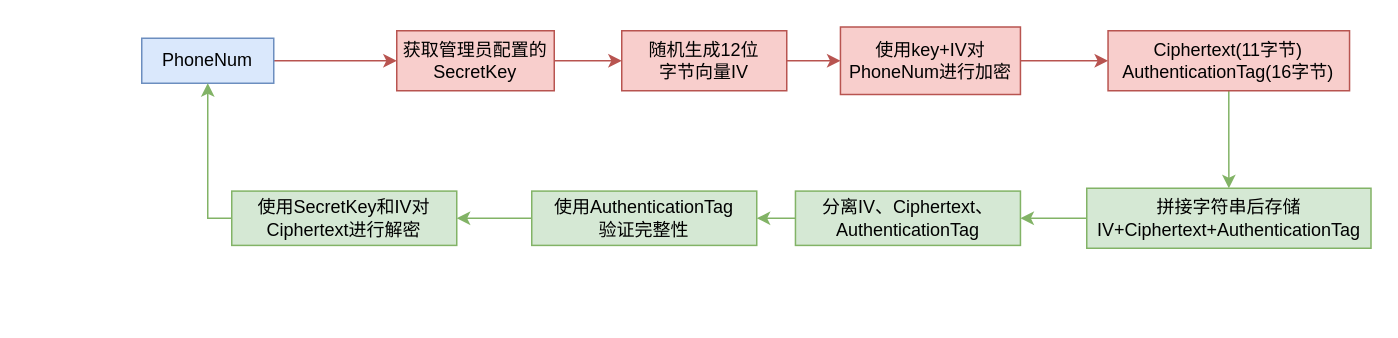
Above: DrawIO_file/流程图/AES加密流程图.drawio in DingDongZz/typera_PicGO (draw.io), before the change. Source tidied: cells renumbered, new cells numbered last; positions are measured from the earlier drawing's top-left corner, leaving out a move shared by most shapes. Both pictures are drawn from the tidied source at 150%, with x=0, y=0 at pixel (141, 26).
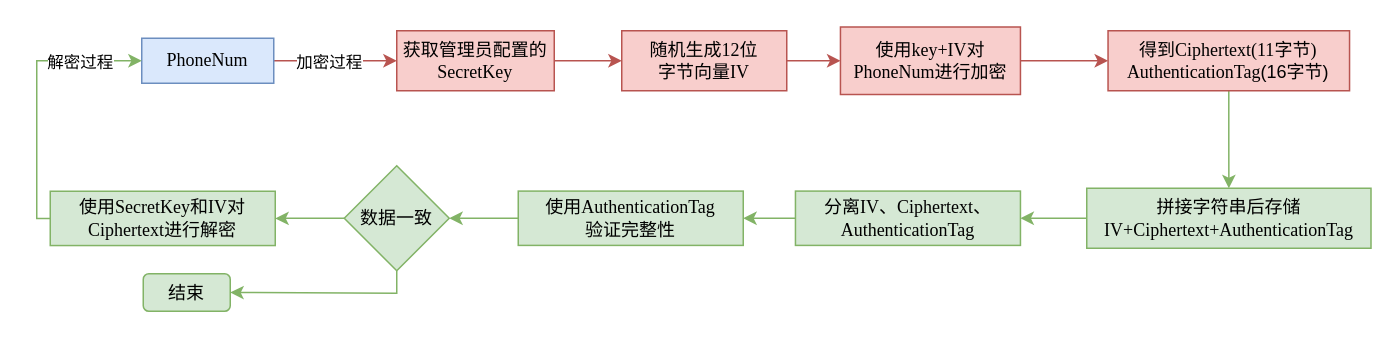
The same page after the edit.

Commit message:
更新AES加密流程图.drawio

The edit, as a diff of the source:
```diff
@@
-    <mxCell id="2" style="edgeStyle=orthogonalEdgeStyle;rounded=0;jettySize=auto;html=1;entryX=0;entryY=0.5;entryDx=0;entryDy=0;fillColor=#f8cecc;strokeColor=#b85450;" parent="1" edge="1" source="3" target="5">
+    <mxCell id="2" style="edgeStyle=orthogonalEdgeStyle;rounded=0;jettySize=auto;html=1;entryX=0;entryY=0.5;entryDx=0;entryDy=0;fillColor=#f8cecc;strokeColor=#b85450;fontFamily=宋体;" parent="1" edge="1" source="3" target="5">
       <mxGeometry relative="1" as="geometry" />
     </mxCell>
+    <mxCell id="20" value="加密过程" style="edgeLabel;html=1;align=center;verticalAlign=middle;fontFamily=宋体;" parent="2" vertex="1">
+      <mxGeometry x="-0.13" y="3" relative="1" as="geometry">
+        <mxPoint y="3" as="offset" />
+      </mxGeometry>
+    </mxCell>
-    <mxCell id="3" value="PhoneNum" style="rounded=0;whiteSpace=wrap;html=1;fillColor=#dae8fc;strokeColor=#6c8ebf;" parent="1" vertex="1">
+    <mxCell id="3" value="&lt;font face=&quot;Times New Roman&quot;&gt;PhoneNum&lt;/font&gt;" style="rounded=0;whiteSpace=wrap;html=1;fillColor=#dae8fc;strokeColor=#6c8ebf;fontFamily=宋体;" parent="1" vertex="1">
       <mxGeometry y="8" width="88" height="30" as="geometry" />
     </mxCell>
-    <mxCell id="4" style="edgeStyle=orthogonalEdgeStyle;rounded=0;jettySize=auto;html=1;entryX=0;entryY=0.5;entryDx=0;entryDy=0;fillColor=#f8cecc;strokeColor=#b85450;" parent="1" edge="1" source="5" target="7">
+    <mxCell id="4" style="edgeStyle=orthogonalEdgeStyle;rounded=0;jettySize=auto;html=1;entryX=0;entryY=0.5;entryDx=0;entryDy=0;fillColor=#f8cecc;strokeColor=#b85450;fontFamily=宋体;" parent="1" edge="1" source="5" target="7">
       <mxGeometry relative="1" as="geometry" />
     </mxCell>
-    <mxCell id="5" value="获取管理员配置的SecretKey" style="rounded=0;whiteSpace=wrap;html=1;fillColor=#f8cecc;strokeColor=#b85450;" parent="1" vertex="1">
+    <mxCell id="5" value="获取管理员配置的&lt;font face=&quot;Times New Roman&quot;&gt;SecretKey&lt;/font&gt;" style="rounded=0;whiteSpace=wrap;html=1;fillColor=#f8cecc;strokeColor=#b85450;fontFamily=宋体;" parent="1" vertex="1">
       <mxGeometry x="170" y="3" width="105" height="40" as="geometry" />
     </mxCell>
-    <mxCell id="6" style="edgeStyle=orthogonalEdgeStyle;rounded=0;jettySize=auto;html=1;entryX=0;entryY=0.5;entryDx=0;entryDy=0;fillColor=#f8cecc;strokeColor=#b85450;" parent="1" edge="1" source="7" target="9">
+    <mxCell id="6" style="edgeStyle=orthogonalEdgeStyle;rounded=0;jettySize=auto;html=1;entryX=0;entryY=0.5;entryDx=0;entryDy=0;fillColor=#f8cecc;strokeColor=#b85450;fontFamily=宋体;" parent="1" edge="1" source="7" target="9">
       <mxGeometry relative="1" as="geometry" />
     </mxCell>
-    <mxCell id="7" value="随机生成12位&lt;br&gt;字节向量IV" style="rounded=0;whiteSpace=wrap;html=1;fillColor=#f8cecc;strokeColor=#b85450;" parent="1" vertex="1">
+    <mxCell id="7" value="随机生成&lt;font face=&quot;Times New Roman&quot;&gt;12&lt;/font&gt;位&lt;br&gt;字节向量&lt;font face=&quot;Times New Roman&quot;&gt;IV&lt;/font&gt;" style="rounded=0;whiteSpace=wrap;html=1;fillColor=#f8cecc;strokeColor=#b85450;fontFamily=宋体;" parent="1" vertex="1">
       <mxGeometry x="320" y="3" width="110" height="40" as="geometry" />
     </mxCell>
-    <mxCell id="8" style="edgeStyle=orthogonalEdgeStyle;rounded=0;jettySize=auto;html=1;entryX=0;entryY=0.5;entryDx=0;entryDy=0;fillColor=#f8cecc;strokeColor=#b85450;" parent="1" edge="1" source="9" target="11">
+    <mxCell id="8" style="edgeStyle=orthogonalEdgeStyle;rounded=0;jettySize=auto;html=1;entryX=0;entryY=0.5;entryDx=0;entryDy=0;fillColor=#f8cecc;strokeColor=#b85450;fontFamily=宋体;" parent="1" edge="1" source="9" target="11">
       <mxGeometry relative="1" as="geometry" />
     </mxCell>
-    <mxCell id="9" value="使用key+IV对PhoneNum进行加密" style="rounded=0;whiteSpace=wrap;html=1;fillColor=#f8cecc;strokeColor=#b85450;" parent="1" vertex="1">
+    <mxCell id="9" value="使用&lt;font face=&quot;Times New Roman&quot;&gt;key+IV&lt;/font&gt;对&lt;font face=&quot;Times New Roman&quot;&gt;PhoneNum&lt;/font&gt;进行加密" style="rounded=0;whiteSpace=wrap;html=1;fillColor=#f8cecc;strokeColor=#b85450;fontFamily=宋体;" parent="1" vertex="1">
       <mxGeometry x="465.8" y="0.5" width="120" height="45" as="geometry" />
     </mxCell>
-    <mxCell id="10" style="edgeStyle=orthogonalEdgeStyle;rounded=0;jettySize=auto;html=1;entryX=0.5;entryY=0;entryDx=0;entryDy=0;fillColor=#d5e8d4;strokeColor=#82b366;" parent="1" edge="1" source="11" target="13">
+    <mxCell id="10" style="edgeStyle=orthogonalEdgeStyle;rounded=0;jettySize=auto;html=1;entryX=0.5;entryY=0;entryDx=0;entryDy=0;fillColor=#d5e8d4;strokeColor=#82b366;fontFamily=宋体;" parent="1" edge="1" source="11" target="13">
       <mxGeometry relative="1" as="geometry" />
     </mxCell>
-    <mxCell id="11" value="Ciphertext(11字节)&lt;br&gt;AuthenticationTag(16字节)" style="rounded=0;whiteSpace=wrap;html=1;fillColor=#f8cecc;strokeColor=#b85450;" parent="1" vertex="1">
+    <mxCell id="11" value="得到&lt;font face=&quot;Times New Roman&quot;&gt;Ciphertext(11&lt;/font&gt;字节&lt;font face=&quot;Times New Roman&quot;&gt;)&lt;/font&gt;&lt;br&gt;&lt;font face=&quot;Times New Roman&quot;&gt;AuthenticationTag&lt;/font&gt;(16字节)" style="rounded=0;whiteSpace=wrap;html=1;fillColor=#f8cecc;strokeColor=#b85450;fontFamily=宋体;" parent="1" vertex="1">
       <mxGeometry x="644.2" y="3" width="161" height="40" as="geometry" />
     </mxCell>
-    <mxCell id="12" style="edgeStyle=orthogonalEdgeStyle;rounded=0;jettySize=auto;html=1;entryX=1;entryY=0.5;entryDx=0;entryDy=0;fillColor=#d5e8d4;strokeColor=#82b366;" parent="1" edge="1" source="13" target="15">
+    <mxCell id="12" style="edgeStyle=orthogonalEdgeStyle;rounded=0;jettySize=auto;html=1;entryX=1;entryY=0.5;entryDx=0;entryDy=0;fillColor=#d5e8d4;strokeColor=#82b366;fontFamily=宋体;" parent="1" edge="1" source="13" target="15">
       <mxGeometry relative="1" as="geometry" />
     </mxCell>
-    <mxCell id="13" value="拼接字符串后存储IV+Ciphertext+AuthenticationTag" style="rounded=0;whiteSpace=wrap;html=1;fillColor=#d5e8d4;strokeColor=#82b366;" parent="1" vertex="1">
+    <mxCell id="13" value="拼接字符串后存储&lt;font face=&quot;Times New Roman&quot;&gt;IV+Ciphertext+AuthenticationTag&lt;/font&gt;" style="rounded=0;whiteSpace=wrap;html=1;fillColor=#d5e8d4;strokeColor=#82b366;fontFamily=宋体;" parent="1" vertex="1">
       <mxGeometry x="630" y="108" width="189.5" height="40" as="geometry" />
     </mxCell>
-    <mxCell id="14" style="edgeStyle=orthogonalEdgeStyle;rounded=0;jettySize=auto;html=1;entryX=1;entryY=0.5;entryDx=0;entryDy=0;fillColor=#d5e8d4;strokeColor=#82b366;" parent="1" edge="1" source="15" target="19">
+    <mxCell id="14" style="edgeStyle=orthogonalEdgeStyle;rounded=0;jettySize=auto;html=1;entryX=1;entryY=0.5;entryDx=0;entryDy=0;fillColor=#d5e8d4;strokeColor=#82b366;fontFamily=宋体;" parent="1" edge="1" source="15" target="19">
       <mxGeometry relative="1" as="geometry" />
     </mxCell>
-    <mxCell id="15" value="分离IV、Ciphertext、AuthenticationTag" style="rounded=0;whiteSpace=wrap;html=1;fillColor=#d5e8d4;strokeColor=#82b366;" parent="1" vertex="1">
+    <mxCell id="15" value="分离&lt;font face=&quot;Times New Roman&quot;&gt;IV、Ciphertext、AuthenticationTag&lt;/font&gt;" style="rounded=0;whiteSpace=wrap;html=1;fillColor=#d5e8d4;strokeColor=#82b366;fontFamily=宋体;" parent="1" vertex="1">
       <mxGeometry x="435.8" y="109.9" width="150" height="36.2" as="geometry" />
     </mxCell>
-    <mxCell id="16" style="edgeStyle=orthogonalEdgeStyle;rounded=0;jettySize=auto;html=1;entryX=0.5;entryY=1;entryDx=0;entryDy=0;fillColor=#d5e8d4;strokeColor=#82b366;" parent="1" edge="1" source="17" target="3">
+    <mxCell id="16" style="edgeStyle=orthogonalEdgeStyle;rounded=0;jettySize=auto;html=1;entryX=0;entryY=0.5;entryDx=0;entryDy=0;fillColor=#d5e8d4;strokeColor=#82b366;fontFamily=宋体;" parent="1" edge="1" source="17" target="3">
       <mxGeometry relative="1" as="geometry">
         <Array as="points">
-          <mxPoint x="44" y="128" />
+          <mxPoint x="-70" y="128" />
+          <mxPoint x="-70" y="23" />
         </Array>
       </mxGeometry>
     </mxCell>
+    <mxCell id="21" value="解密过程" style="edgeLabel;html=1;align=center;verticalAlign=middle;fontFamily=宋体;" parent="16" vertex="1">
+      <mxGeometry x="0.55" relative="1" as="geometry" />
+    </mxCell>
-    <mxCell id="17" value="使用SecretKey和IV对Ciphertext进行解密" style="rounded=0;whiteSpace=wrap;html=1;fillColor=#d5e8d4;strokeColor=#82b366;" parent="1" vertex="1">
-      <mxGeometry x="60" y="109.9" width="150" height="36.2" as="geometry" />
+    <mxCell id="17" value="使用&lt;font face=&quot;Times New Roman&quot;&gt;SecretKey&lt;/font&gt;和&lt;font face=&quot;Times New Roman&quot;&gt;IV&lt;/font&gt;对&lt;font face=&quot;Times New Roman&quot;&gt;Ciphertext&lt;/font&gt;进行解密" style="rounded=0;whiteSpace=wrap;html=1;fillColor=#d5e8d4;strokeColor=#82b366;fontFamily=宋体;" parent="1" vertex="1">
+      <mxGeometry x="-61" y="110" width="150" height="36.2" as="geometry" />
     </mxCell>
-    <mxCell id="18" style="edgeStyle=orthogonalEdgeStyle;rounded=0;jettySize=auto;html=1;entryX=1;entryY=0.5;entryDx=0;entryDy=0;fillColor=#d5e8d4;strokeColor=#82b366;" parent="1" edge="1" source="19" target="17">
-      <mxGeometry relative="1" as="geometry" />
-    </mxCell>
+    <mxCell id="22" style="edgeStyle=orthogonalEdgeStyle;rounded=0;jettySize=auto;html=1;entryX=1;entryY=0.5;entryDx=0;entryDy=0;fillColor=#d5e8d4;strokeColor=#82b366;fontFamily=宋体;" parent="1" edge="1" source="19" target="25">
+      <mxGeometry relative="1" as="geometry" />
+    </mxCell>
-    <mxCell id="19" value="使用AuthenticationTag&lt;br&gt;验证完整性" style="rounded=0;whiteSpace=wrap;html=1;fillColor=#d5e8d4;strokeColor=#82b366;" parent="1" vertex="1">
-      <mxGeometry x="260" y="109.9" width="150" height="36.2" as="geometry" />
+    <mxCell id="19" value="使用&lt;font face=&quot;Times New Roman&quot;&gt;AuthenticationTag&lt;/font&gt;&lt;br&gt;验证完整性" style="rounded=0;whiteSpace=wrap;html=1;fillColor=#d5e8d4;strokeColor=#82b366;fontFamily=宋体;" parent="1" vertex="1">
+      <mxGeometry x="251" y="109.9" width="150" height="36.2" as="geometry" />
     </mxCell>
+    <mxCell id="23" style="edgeStyle=orthogonalEdgeStyle;rounded=0;jettySize=auto;html=1;entryX=1;entryY=0.5;entryDx=0;entryDy=0;fillColor=#d5e8d4;strokeColor=#82b366;fontFamily=宋体;" parent="1" edge="1" source="25" target="17">
+      <mxGeometry relative="1" as="geometry" />
+    </mxCell>
+    <mxCell id="24" style="rounded=0;jettySize=auto;html=1;entryX=1;entryY=0.5;entryDx=0;entryDy=0;fillColor=#d5e8d4;strokeColor=#82b366;fontFamily=宋体;" parent="1" edge="1" source="25" target="26">
+      <mxGeometry relative="1" as="geometry">
+        <Array as="points">
+          <mxPoint x="170" y="178" />
+        </Array>
+      </mxGeometry>
+    </mxCell>
+    <mxCell id="25" value="数据一致" style="rhombus;whiteSpace=wrap;html=1;fillColor=#d5e8d4;strokeColor=#82b366;fontFamily=宋体;" parent="1" vertex="1">
+      <mxGeometry x="135" y="93" width="70" height="70" as="geometry" />
+    </mxCell>
+    <mxCell id="26" value="结束" style="rounded=1;whiteSpace=wrap;html=1;fillColor=#d5e8d4;strokeColor=#82b366;fontFamily=宋体;" parent="1" vertex="1">
+      <mxGeometry x="1" y="165" width="58" height="25" as="geometry" />
+    </mxCell>
```
